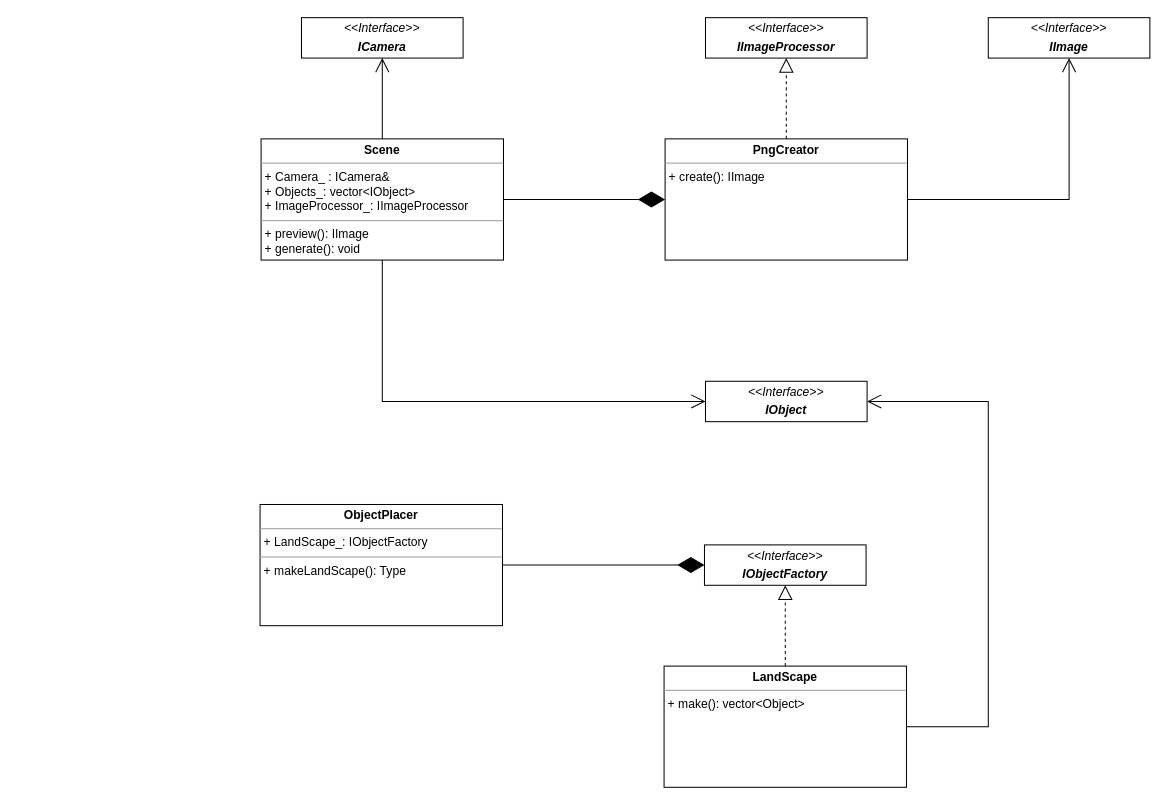
Earlier version of the draw.io diagram page "Function" (2 of 3) of doc/VoxelEngine.drawio (cpp-park-vk-education/2023_1_Blockify). Source tidied: cells renumbered, new cells numbered last; positions are measured from the earlier drawing's top-left corner, leaving out a move shared by most shapes. Both pictures are drawn from the tidied source at 101%, with x=0, y=0 at pixel (260, 17).
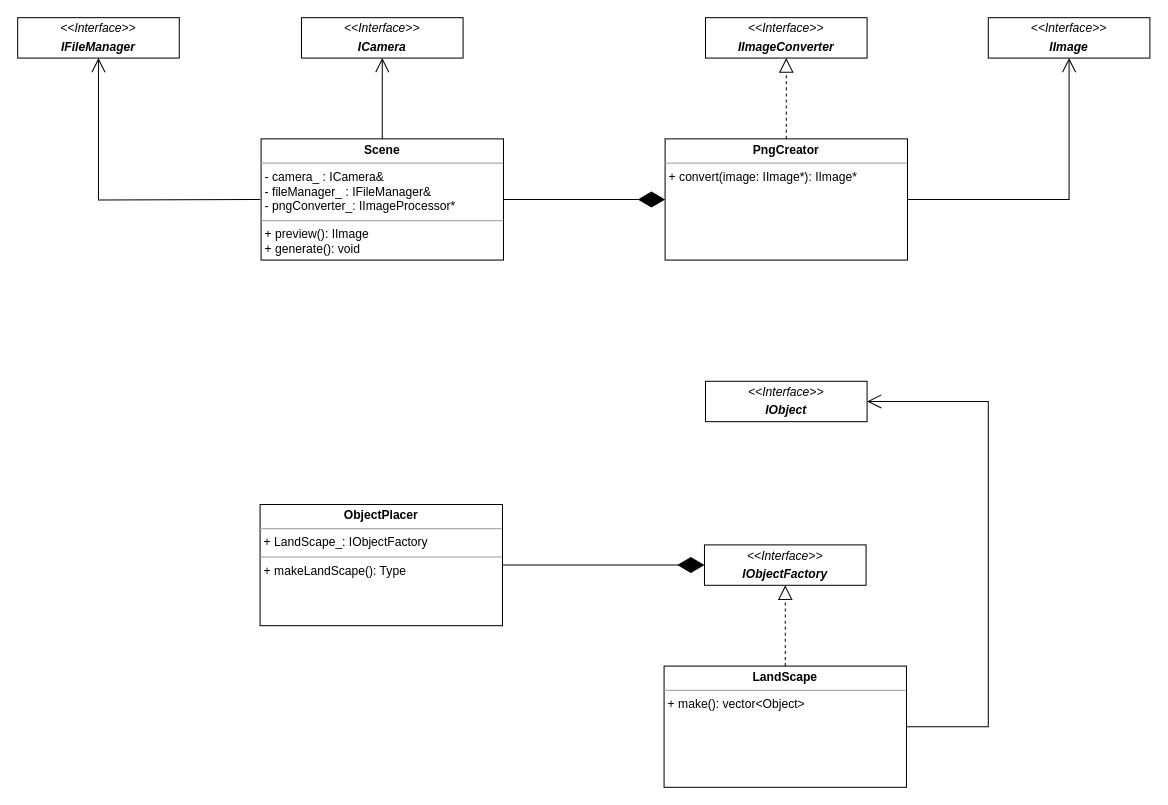
Above is the later version.

The change refers to these unchanged cells:
```xml
<mxCell id="13" value="&lt;p style=&quot;margin:0px;margin-top:4px;text-align:center;&quot;&gt;&lt;i&gt;&amp;lt;&amp;lt;Interface&amp;gt;&amp;gt;&lt;/i&gt;&lt;/p&gt;&lt;p style=&quot;margin:0px;margin-top:4px;text-align:center;&quot;&gt;&lt;i&gt;&lt;b&gt;IObject&lt;/b&gt;&lt;/i&gt;&lt;/p&gt;" style="verticalAlign=top;align=left;overflow=fill;fontSize=12;fontFamily=Helvetica;html=1;whiteSpace=wrap;" parent="1" vertex="1">
  <mxGeometry x="441" y="360" width="160" height="40" as="geometry" />
</mxCell>
```

The edit, as a diff of the source:
```diff
@@
-    <mxCell id="2" value="&lt;p style=&quot;margin:0px;margin-top:4px;text-align:center;&quot;&gt;&lt;b&gt;Scene&lt;/b&gt;&lt;/p&gt;&lt;hr size=&quot;1&quot;&gt;&lt;p style=&quot;margin:0px;margin-left:4px;&quot;&gt;+ Camera_ : ICamera&amp;amp;&lt;/p&gt;&lt;p style=&quot;margin:0px;margin-left:4px;&quot;&gt;+ Objects_: vector&amp;lt;IObject&amp;gt;&lt;/p&gt;&lt;p style=&quot;margin:0px;margin-left:4px;&quot;&gt;&lt;span style=&quot;background-color: initial;&quot;&gt;+ ImageProcessor_: IImageProcessor&lt;/span&gt;&lt;br&gt;&lt;/p&gt;&lt;hr size=&quot;1&quot;&gt;&lt;p style=&quot;margin:0px;margin-left:4px;&quot;&gt;+ preview(): IImage&lt;/p&gt;&lt;p style=&quot;margin:0px;margin-left:4px;&quot;&gt;+ generate(): void&lt;/p&gt;" style="verticalAlign=top;align=left;overflow=fill;fontSize=12;fontFamily=Helvetica;html=1;whiteSpace=wrap;" parent="1" vertex="1">
+    <mxCell id="2" value="&lt;p style=&quot;margin: 0px ; margin-top: 4px ; text-align: center&quot;&gt;&lt;b&gt;Scene&lt;/b&gt;&lt;/p&gt;&lt;hr size=&quot;1&quot;&gt;&lt;p style=&quot;margin: 0px ; margin-left: 4px&quot;&gt;- camera_ : ICamera&amp;amp;&lt;/p&gt;&lt;p style=&quot;margin: 0px ; margin-left: 4px&quot;&gt;- fileManager_ : IFileManager&amp;amp;&lt;br&gt;&lt;/p&gt;&lt;p style=&quot;margin: 0px ; margin-left: 4px&quot;&gt;&lt;span&gt;- pngConverter_: IImageProcessor*&lt;/span&gt;&lt;br&gt;&lt;/p&gt;&lt;hr size=&quot;1&quot;&gt;&lt;p style=&quot;margin: 0px ; margin-left: 4px&quot;&gt;+ preview(): IImage&lt;/p&gt;&lt;p style=&quot;margin: 0px ; margin-left: 4px&quot;&gt;+ generate(): void&lt;/p&gt;" style="verticalAlign=top;align=left;overflow=fill;fontSize=12;fontFamily=Helvetica;html=1;whiteSpace=wrap;" parent="1" vertex="1">
       <mxGeometry x="1" y="120" width="240" height="120" as="geometry" />
     </mxCell>
@@
-    <mxCell id="5" value="&lt;p style=&quot;margin:0px;margin-top:4px;text-align:center;&quot;&gt;&lt;b&gt;PngCreator&lt;/b&gt;&lt;/p&gt;&lt;hr size=&quot;1&quot;&gt;&lt;p style=&quot;margin:0px;margin-left:4px;&quot;&gt;+ create(): IImage&lt;/p&gt;" style="verticalAlign=top;align=left;overflow=fill;fontSize=12;fontFamily=Helvetica;html=1;whiteSpace=wrap;" parent="1" vertex="1">
+    <mxCell id="5" value="&lt;p style=&quot;margin: 0px ; margin-top: 4px ; text-align: center&quot;&gt;&lt;b&gt;PngCreator&lt;/b&gt;&lt;/p&gt;&lt;hr size=&quot;1&quot;&gt;&lt;p style=&quot;margin: 0px ; margin-left: 4px&quot;&gt;+ convert(image: IImage*): IImage*&lt;/p&gt;" style="verticalAlign=top;align=left;overflow=fill;fontSize=12;fontFamily=Helvetica;html=1;whiteSpace=wrap;" parent="1" vertex="1">
       <mxGeometry x="401" y="120" width="240" height="120" as="geometry" />
     </mxCell>
-    <mxCell id="6" value="&lt;p style=&quot;margin:0px;margin-top:4px;text-align:center;&quot;&gt;&lt;i&gt;&amp;lt;&amp;lt;Interface&amp;gt;&amp;gt;&lt;/i&gt;&lt;/p&gt;&lt;p style=&quot;margin:0px;margin-top:4px;text-align:center;&quot;&gt;&lt;i&gt;&lt;b&gt;IImageProcessor&lt;/b&gt;&lt;/i&gt;&lt;/p&gt;" style="verticalAlign=top;align=left;overflow=fill;fontSize=12;fontFamily=Helvetica;html=1;whiteSpace=wrap;" parent="1" vertex="1">
+    <mxCell id="6" value="&lt;p style=&quot;margin: 0px ; margin-top: 4px ; text-align: center&quot;&gt;&lt;i&gt;&amp;lt;&amp;lt;Interface&amp;gt;&amp;gt;&lt;/i&gt;&lt;/p&gt;&lt;p style=&quot;margin: 0px ; margin-top: 4px ; text-align: center&quot;&gt;&lt;i&gt;&lt;b&gt;IImageConverter&lt;/b&gt;&lt;/i&gt;&lt;/p&gt;" style="verticalAlign=top;align=left;overflow=fill;fontSize=12;fontFamily=Helvetica;html=1;whiteSpace=wrap;" parent="1" vertex="1">
       <mxGeometry x="441" width="160" height="40" as="geometry" />
     </mxCell>
@@
-    <mxCell id="15" style="endArrow=open;endFill=1;endSize=12;html=1;rounded=0;exitX=0.5;exitY=1;exitDx=0;exitDy=0;entryX=0;entryY=0.5;entryDx=0;entryDy=0;edgeStyle=orthogonalEdgeStyle;" parent="1" edge="1" source="2" target="13">
-      <mxGeometry relative="1" as="geometry" />
-    </mxCell>
@@
+    <mxCell id="19" value="&lt;p style=&quot;margin: 0px ; margin-top: 4px ; text-align: center&quot;&gt;&lt;i&gt;&amp;lt;&amp;lt;Interface&amp;gt;&amp;gt;&lt;/i&gt;&lt;/p&gt;&lt;p style=&quot;margin: 0px ; margin-top: 4px ; text-align: center&quot;&gt;&lt;i&gt;&lt;b&gt;IFileManager&lt;/b&gt;&lt;/i&gt;&lt;/p&gt;" style="verticalAlign=top;align=left;overflow=fill;fontSize=12;fontFamily=Helvetica;html=1;whiteSpace=wrap;" parent="1" vertex="1">
+      <mxGeometry x="-240" width="160" height="40" as="geometry" />
+    </mxCell>
+    <mxCell id="20" style="endArrow=open;endFill=1;endSize=12;html=1;rounded=0;entryX=0.5;entryY=1;entryDx=0;entryDy=0;edgeStyle=orthogonalEdgeStyle;" parent="1" edge="1" target="19">
+      <mxGeometry relative="1" as="geometry">
+        <mxPoint y="180" as="sourcePoint" />
+      </mxGeometry>
+    </mxCell>
```
